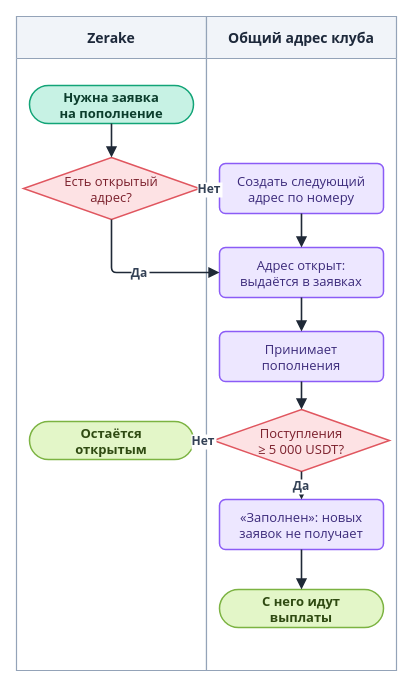
Before: diagrams/drawio/pool-address.drawio in LILSUFFER/zerake-docs, a draw.io diagram. Source tidied: cells renumbered, new cells numbered last; positions are measured from the earlier drawing's top-left corner, leaving out a move shared by most shapes. Both pictures are drawn from the tidied source at 100%, with x=0, y=0 at pixel (16, 16).
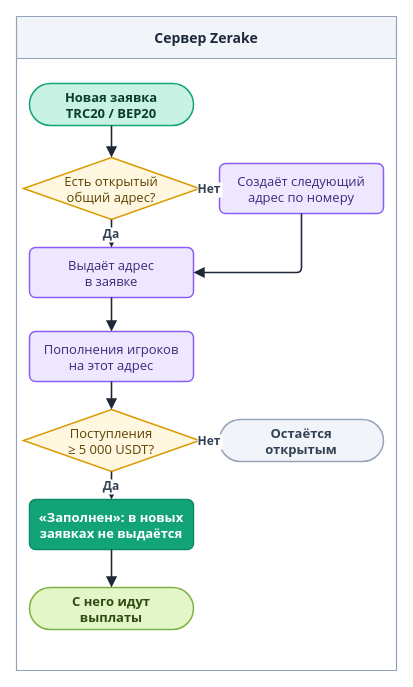
The same page after the edit.

The edit, as a diff of the source:
```diff
@@
-    <mxCell id="2" value="Zerake" style="swimlane;horizontal=1;startSize=42;fillColor=#F1F4F9;swimlaneFillColor=#FFFFFF;strokeColor=#94A3B8;fontColor=#1E293B;fontStyle=1;fontSize=14;fontFamily=Segoe UI;strokeWidth=1.2;" parent="1" vertex="1">
-      <mxGeometry width="190" height="654" as="geometry" />
+    <mxCell id="2" value="Сервер Zerake" style="swimlane;horizontal=1;startSize=42;fillColor=#F1F4F9;swimlaneFillColor=#FFFFFF;strokeColor=#94A3B8;fontColor=#1E293B;fontStyle=1;fontSize=14;fontFamily=Segoe UI;strokeWidth=1.2;" parent="1" vertex="1">
+      <mxGeometry width="380" height="654" as="geometry" />
     </mxCell>
-    <mxCell id="3" value="Общий адрес клуба" style="swimlane;horizontal=1;startSize=42;fillColor=#F1F4F9;swimlaneFillColor=#FFFFFF;strokeColor=#94A3B8;fontColor=#1E293B;fontStyle=1;fontSize=14;fontFamily=Segoe UI;strokeWidth=1.2;" parent="1" vertex="1">
-      <mxGeometry x="190" width="190" height="654" as="geometry" />
-    </mxCell>
-    <mxCell id="4" value="Нужна заявка&#10;на пополнение" style="rounded=1;arcSize=50;html=0;fillColor=#C7F2E4;strokeColor=#12A477;fontColor=#0B3D2C;fontStyle=1;fontFamily=Segoe UI;fontSize=13;strokeWidth=1.5;" parent="1" vertex="1">
-      <mxGeometry x="13" y="69" width="164" height="38" as="geometry" />
+    <mxCell id="4" value="Новая заявка&#10;TRC20 / BEP20" style="rounded=1;arcSize=50;html=0;fontStyle=1;fillColor=#C7F2E4;strokeColor=#12A477;fontColor=#0B3D2C;fontFamily=Segoe UI;fontSize=13;strokeWidth=1.5;" parent="1" vertex="1">
+      <mxGeometry x="13" y="67" width="164" height="42" as="geometry" />
     </mxCell>
-    <mxCell id="5" value="Есть открытый&#10;адрес?" style="rhombus;html=0;fillColor=#FDE2E4;strokeColor=#E0565F;fontColor=#7A1F2B;fontFamily=Segoe UI;fontSize=13;strokeWidth=1.5;" parent="1" vertex="1">
+    <mxCell id="5" value="Есть открытый&#10;общий адрес?" style="rhombus;html=0;fillColor=#FFF7E0;strokeColor=#D99A00;fontColor=#5C4100;fontFamily=Segoe UI;fontSize=13;strokeWidth=1.5;" parent="1" vertex="1">
       <mxGeometry x="7" y="141" width="176" height="62" as="geometry" />
     </mxCell>
-    <mxCell id="6" value="Создать следующий&#10;адрес по номеру" style="rounded=1;arcSize=12;html=0;fillColor=#EDE7FF;strokeColor=#8B5CF6;fontColor=#3B2A7A;fontFamily=Segoe UI;fontSize=13;strokeWidth=1.5;" parent="1" vertex="1">
+    <mxCell id="6" value="Создаёт следующий&#10;адрес по номеру" style="rounded=1;arcSize=12;html=0;fillColor=#EDE7FF;strokeColor=#8B5CF6;fontColor=#3B2A7A;fontFamily=Segoe UI;fontSize=13;strokeWidth=1.5;" parent="1" vertex="1">
       <mxGeometry x="203" y="147" width="164" height="50" as="geometry" />
     </mxCell>
-    <mxCell id="7" value="Адрес открыт:&#10;выдаётся в заявках" style="rounded=1;arcSize=12;html=0;fillColor=#EDE7FF;strokeColor=#8B5CF6;fontColor=#3B2A7A;fontFamily=Segoe UI;fontSize=13;strokeWidth=1.5;" parent="1" vertex="1">
-      <mxGeometry x="203" y="231" width="164" height="50" as="geometry" />
-    </mxCell>
+    <mxCell id="22" value="Выдаёт адрес&#10;в заявке" style="rounded=1;arcSize=12;html=0;fillColor=#EDE7FF;strokeColor=#8B5CF6;fontColor=#3B2A7A;fontFamily=Segoe UI;fontSize=13;strokeWidth=1.5;" parent="1" vertex="1">
+      <mxGeometry x="13" y="231" width="164" height="50" as="geometry" />
+    </mxCell>
-    <mxCell id="8" value="Принимает&#10;пополнения" style="rounded=1;arcSize=12;html=0;fillColor=#EDE7FF;strokeColor=#8B5CF6;fontColor=#3B2A7A;fontFamily=Segoe UI;fontSize=13;strokeWidth=1.5;" parent="1" vertex="1">
-      <mxGeometry x="203" y="315" width="164" height="50" as="geometry" />
+    <mxCell id="8" value="Пополнения игроков&#10;на этот адрес" style="rounded=1;arcSize=12;html=0;fillColor=#EDE7FF;strokeColor=#8B5CF6;fontColor=#3B2A7A;fontFamily=Segoe UI;fontSize=13;strokeWidth=1.5;" parent="1" vertex="1">
+      <mxGeometry x="13" y="315" width="164" height="50" as="geometry" />
     </mxCell>
-    <mxCell id="9" value="Поступления&#10;≥ 5 000 USDT?" style="rhombus;html=0;fillColor=#FDE2E4;strokeColor=#E0565F;fontColor=#7A1F2B;fontFamily=Segoe UI;fontSize=13;strokeWidth=1.5;" parent="1" vertex="1">
-      <mxGeometry x="197" y="393" width="176" height="62" as="geometry" />
+    <mxCell id="9" value="Поступления&#10;≥ 5 000 USDT?" style="rhombus;html=0;fillColor=#FFF7E0;strokeColor=#D99A00;fontColor=#5C4100;fontFamily=Segoe UI;fontSize=13;strokeWidth=1.5;" parent="1" vertex="1">
+      <mxGeometry x="7" y="393" width="176" height="62" as="geometry" />
     </mxCell>
-    <mxCell id="10" value="Остаётся&#10;открытым" style="rounded=1;arcSize=50;html=0;fillColor=#E3F6C8;strokeColor=#7CB342;fontColor=#2F4A12;fontStyle=1;fontFamily=Segoe UI;fontSize=13;strokeWidth=1.5;" parent="1" vertex="1">
-      <mxGeometry x="13" y="405" width="164" height="38" as="geometry" />
+    <mxCell id="10" value="Остаётся&#10;открытым" style="rounded=1;arcSize=50;html=0;fontStyle=1;fillColor=#F1F5F9;strokeColor=#94A3B8;fontColor=#334155;fontFamily=Segoe UI;fontSize=13;strokeWidth=1.5;" parent="1" vertex="1">
+      <mxGeometry x="203" y="403" width="164" height="42" as="geometry" />
     </mxCell>
-    <mxCell id="11" value="«Заполнен»: новых&#10;заявок не получает" style="rounded=1;arcSize=12;html=0;fillColor=#EDE7FF;strokeColor=#8B5CF6;fontColor=#3B2A7A;fontFamily=Segoe UI;fontSize=13;strokeWidth=1.5;" parent="1" vertex="1">
-      <mxGeometry x="203" y="483" width="164" height="50" as="geometry" />
+    <mxCell id="11" value="«Заполнен»: в новых&#10;заявках не выдаётся" style="rounded=1;arcSize=12;html=0;fillColor=#12A477;strokeColor=#0F8A63;fontColor=#FFFFFF;fontStyle=1;fontFamily=Segoe UI;fontSize=13;strokeWidth=1.5;" parent="1" vertex="1">
+      <mxGeometry x="13" y="483" width="164" height="50" as="geometry" />
     </mxCell>
-    <mxCell id="12" value="С него идут&#10;выплаты" style="rounded=1;arcSize=50;html=0;fillColor=#E3F6C8;strokeColor=#7CB342;fontColor=#2F4A12;fontStyle=1;fontFamily=Segoe UI;fontSize=13;strokeWidth=1.5;" parent="1" vertex="1">
-      <mxGeometry x="203" y="573" width="164" height="38" as="geometry" />
+    <mxCell id="12" value="С него идут&#10;выплаты" style="rounded=1;arcSize=50;html=0;fontStyle=1;fillColor=#E3F6C8;strokeColor=#7CB342;fontColor=#2F4A12;fontFamily=Segoe UI;fontSize=13;strokeWidth=1.5;" parent="1" vertex="1">
+      <mxGeometry x="13" y="571" width="164" height="42" as="geometry" />
     </mxCell>
@@
-    <mxCell id="15" value="Да" style="edgeStyle=orthogonalEdgeStyle;rounded=1;arcSize=10;jettySize=auto;html=0;strokeColor=#1F2937;strokeWidth=1.6;endArrow=block;endFill=1;endSize=7;fontFamily=Segoe UI;fontSize=12;fontStyle=1;fontColor=#334155;labelBackgroundColor=#FFFFFF;exitX=0.5;exitY=1;entryX=0;entryY=0.5;" parent="1" edge="1" source="5" target="7">
+    <mxCell id="15" style="edgeStyle=orthogonalEdgeStyle;rounded=1;arcSize=10;jettySize=auto;html=0;strokeColor=#1F2937;strokeWidth=1.6;endArrow=block;endFill=1;endSize=7;fontFamily=Segoe UI;fontSize=12;fontStyle=1;fontColor=#334155;labelBackgroundColor=#FFFFFF;exitX=0.5;exitY=1;entryX=1;entryY=0.5;" parent="1" edge="1" source="6" target="22">
       <mxGeometry relative="1" as="geometry" />
     </mxCell>
-    <mxCell id="16" style="edgeStyle=orthogonalEdgeStyle;rounded=1;arcSize=10;jettySize=auto;html=0;strokeColor=#1F2937;strokeWidth=1.6;endArrow=block;endFill=1;endSize=7;fontFamily=Segoe UI;fontSize=12;fontStyle=1;fontColor=#334155;labelBackgroundColor=#FFFFFF;" parent="1" edge="1" source="6" target="7">
+    <mxCell id="16" value="Да" style="edgeStyle=orthogonalEdgeStyle;rounded=1;arcSize=10;jettySize=auto;html=0;strokeColor=#1F2937;strokeWidth=1.6;endArrow=block;endFill=1;endSize=7;fontFamily=Segoe UI;fontSize=12;fontStyle=1;fontColor=#334155;labelBackgroundColor=#FFFFFF;" parent="1" edge="1" source="5" target="22">
       <mxGeometry relative="1" as="geometry" />
     </mxCell>
-    <mxCell id="17" style="edgeStyle=orthogonalEdgeStyle;rounded=1;arcSize=10;jettySize=auto;html=0;strokeColor=#1F2937;strokeWidth=1.6;endArrow=block;endFill=1;endSize=7;fontFamily=Segoe UI;fontSize=12;fontStyle=1;fontColor=#334155;labelBackgroundColor=#FFFFFF;" parent="1" edge="1" source="7" target="8">
+    <mxCell id="17" style="edgeStyle=orthogonalEdgeStyle;rounded=1;arcSize=10;jettySize=auto;html=0;strokeColor=#1F2937;strokeWidth=1.6;endArrow=block;endFill=1;endSize=7;fontFamily=Segoe UI;fontSize=12;fontStyle=1;fontColor=#334155;labelBackgroundColor=#FFFFFF;" parent="1" edge="1" source="22" target="8">
       <mxGeometry relative="1" as="geometry" />
     </mxCell>
```
